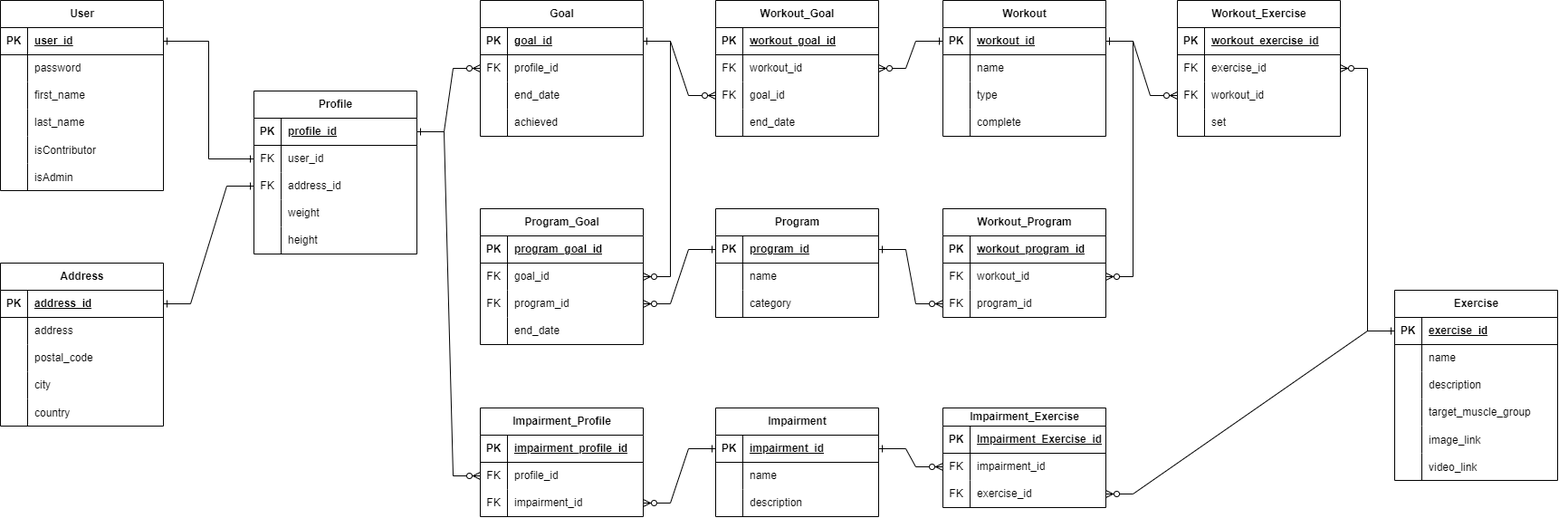
Earlier version of the draw.io export mefit_backend/ERD_Mar_09.drawio.png (AdamNymanExperis/mefit_backend). Source tidied: cells renumbered, new cells last; positions are measured from the earlier drawing's top-left corner, leaving out a move shared by most shapes.
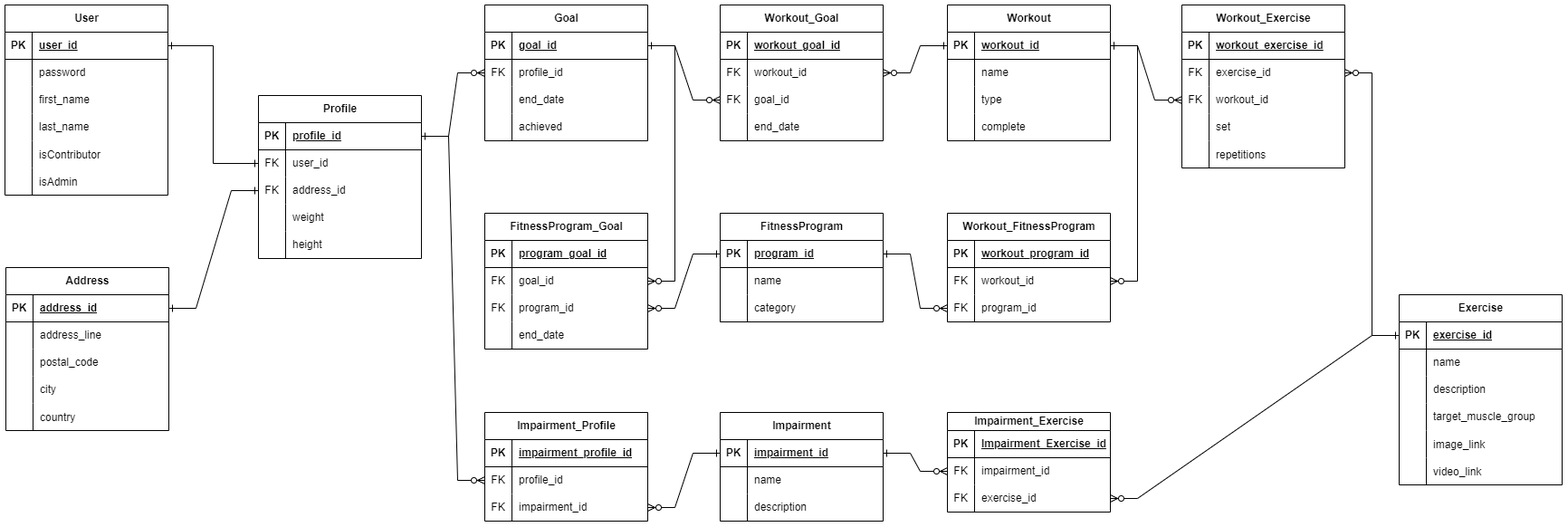
After the change.

What changed in the source:
```diff
@@ -60,7 +60,7 @@
       <mxGeometry x="30" width="150" height="30" as="geometry" />
     </mxCell>
     <mxCell id="21" value="Address" style="shape=table;startSize=30;rowLines=0;fontStyle=1;align=center;html=1;" parent="1" vertex="1">
-      <mxGeometry y="290" width="180" height="180" as="geometry" />
+      <mxGeometry x="1" y="290" width="180" height="180" as="geometry" />
     </mxCell>
     <mxCell id="22" style="shape=tableRow;horizontal=0;startSize=0;swimlaneHead=0;swimlaneBody=0;fillColor=none;points=[[0,0.5],[1,0.5]];portConstraint=eastwest;top=0;left=0;right=0;bottom=1;" parent="21" vertex="1">
       <mxGeometry y="30" width="180" height="30" as="geometry" />
@@ -77,7 +77,7 @@
     <mxCell id="26" style="shape=partialRectangle;fillColor=none;top=0;left=0;bottom=0;right=0;overflow=hidden;whiteSpace=wrap;html=1;" parent="25" vertex="1">
       <mxGeometry width="30" height="30" as="geometry" />
     </mxCell>
-    <mxCell id="27" value="address" style="shape=partialRectangle;fillColor=none;top=0;left=0;bottom=0;right=0;align=left;spacingLeft=6;overflow=hidden;whiteSpace=wrap;html=1;" parent="25" vertex="1">
+    <mxCell id="27" value="address_line" style="shape=partialRectangle;fillColor=none;top=0;left=0;bottom=0;right=0;align=left;spacingLeft=6;overflow=hidden;whiteSpace=wrap;html=1;" parent="25" vertex="1">
       <mxGeometry x="30" width="150" height="30" as="geometry" />
     </mxCell>
     <mxCell id="28" style="shape=tableRow;horizontal=0;startSize=0;swimlaneHead=0;swimlaneBody=0;fillColor=none;top=0;left=0;right=0;bottom=0;" parent="21" vertex="1">
@@ -242,7 +242,7 @@
     <mxCell id="81" value="end_date" style="shape=partialRectangle;fillColor=none;top=0;left=0;bottom=0;right=0;align=left;spacingLeft=6;overflow=hidden;whiteSpace=wrap;html=1;" parent="79" vertex="1">
       <mxGeometry x="30" width="150" height="30" as="geometry" />
     </mxCell>
-    <mxCell id="82" value="Program_Goal" style="shape=table;startSize=30;rowLines=0;fontStyle=1;align=center;html=1;" parent="1" vertex="1">
+    <mxCell id="82" value="FitnessProgram_Goal" style="shape=table;startSize=30;rowLines=0;fontStyle=1;align=center;html=1;" parent="1" vertex="1">
       <mxGeometry x="530" y="230" width="180" height="150" as="geometry" />
     </mxCell>
     <mxCell id="83" style="shape=tableRow;horizontal=0;startSize=0;swimlaneHead=0;swimlaneBody=0;fillColor=none;top=0;left=0;right=0;bottom=1;" parent="82" vertex="1">
@@ -321,7 +321,7 @@
       <mxGeometry x="30" width="150" height="30" as="geometry" />
     </mxCell>
     <mxCell id="108" value="Workout_Exercise" style="shape=table;startSize=30;rowLines=0;fontStyle=1;align=center;html=1;" parent="1" vertex="1">
-      <mxGeometry x="1300" width="180" height="150" as="geometry" />
+      <mxGeometry x="1300" width="180" height="180" as="geometry" />
     </mxCell>
     <mxCell id="109" style="shape=tableRow;horizontal=0;startSize=0;swimlaneHead=0;swimlaneBody=0;fillColor=none;top=0;left=0;right=0;bottom=1;" parent="108" vertex="1">
       <mxGeometry y="30" width="180" height="30" as="geometry" />
@@ -359,13 +359,22 @@
     <mxCell id="120" value="set" style="shape=partialRectangle;fillColor=none;top=0;left=0;bottom=0;right=0;align=left;spacingLeft=6;overflow=hidden;whiteSpace=wrap;html=1;" parent="118" vertex="1">
       <mxGeometry x="30" width="150" height="30" as="geometry" />
     </mxCell>
+    <mxCell id="202" style="shape=tableRow;horizontal=0;startSize=0;swimlaneHead=0;swimlaneBody=0;fillColor=none;top=0;left=0;right=0;bottom=0;" parent="108" vertex="1">
+      <mxGeometry y="150" width="180" height="30" as="geometry" />
+    </mxCell>
+    <mxCell id="203" style="shape=partialRectangle;fillColor=none;top=0;left=0;bottom=0;right=0;overflow=hidden;" parent="202" vertex="1">
+      <mxGeometry width="30" height="30" as="geometry" />
+    </mxCell>
+    <mxCell id="204" value="repetitions" style="shape=partialRectangle;fillColor=none;top=0;left=0;bottom=0;right=0;align=left;spacingLeft=6;overflow=hidden;" parent="202" vertex="1">
+      <mxGeometry x="30" width="150" height="30" as="geometry" />
+    </mxCell>
     <mxCell id="121" style="edgeStyle=entityRelationEdgeStyle;fontSize=12;html=1;endArrow=ERzeroToMany;endFill=1;rounded=0;exitX=1;exitY=0.5;exitDx=0;exitDy=0;entryX=0;entryY=0.5;entryDx=0;entryDy=0;startArrow=ERone;startFill=0;" parent="1" edge="1" source="54" target="76">
       <mxGeometry relative="1" as="geometry" />
     </mxCell>
     <mxCell id="122" style="edgeStyle=entityRelationEdgeStyle;fontSize=12;html=1;endArrow=ERzeroToMany;endFill=1;rounded=0;exitX=0;exitY=0.5;exitDx=0;exitDy=0;startArrow=ERone;startFill=0;" parent="1" edge="1" source="96" target="73">
       <mxGeometry relative="1" as="geometry" />
     </mxCell>
-    <mxCell id="123" value="Program" style="shape=table;startSize=30;rowLines=0;fontStyle=1;align=center;html=1;" parent="1" vertex="1">
+    <mxCell id="123" value="FitnessProgram" style="shape=table;startSize=30;rowLines=0;fontStyle=1;align=center;html=1;" parent="1" vertex="1">
       <mxGeometry x="790" y="230" width="180" height="120" as="geometry" />
     </mxCell>
     <mxCell id="124" style="shape=tableRow;horizontal=0;startSize=0;swimlaneHead=0;swimlaneBody=0;fillColor=none;points=[[0,0.5],[1,0.5]];portConstraint=eastwest;top=0;left=0;right=0;bottom=1;" parent="123" vertex="1">
@@ -398,7 +407,7 @@
     <mxCell id="133" style="edgeStyle=entityRelationEdgeStyle;fontSize=12;html=1;endArrow=ERzeroToMany;endFill=1;rounded=0;entryX=1;entryY=0.5;entryDx=0;entryDy=0;exitX=0;exitY=0.5;exitDx=0;exitDy=0;startArrow=ERone;startFill=0;" parent="1" edge="1" source="124" target="89">
       <mxGeometry relative="1" as="geometry" />
     </mxCell>
-    <mxCell id="134" value="Workout_Program" style="shape=table;startSize=30;rowLines=0;fontStyle=1;align=center;html=1;" parent="1" vertex="1">
+    <mxCell id="134" value="Workout_FitnessProgram" style="shape=table;startSize=30;rowLines=0;fontStyle=1;align=center;html=1;" parent="1" vertex="1">
       <mxGeometry x="1041" y="230" width="180" height="120" as="geometry" />
     </mxCell>
     <mxCell id="135" style="shape=tableRow;horizontal=0;startSize=0;swimlaneHead=0;swimlaneBody=0;fillColor=none;top=0;left=0;right=0;bottom=1;" parent="134" vertex="1">
```
